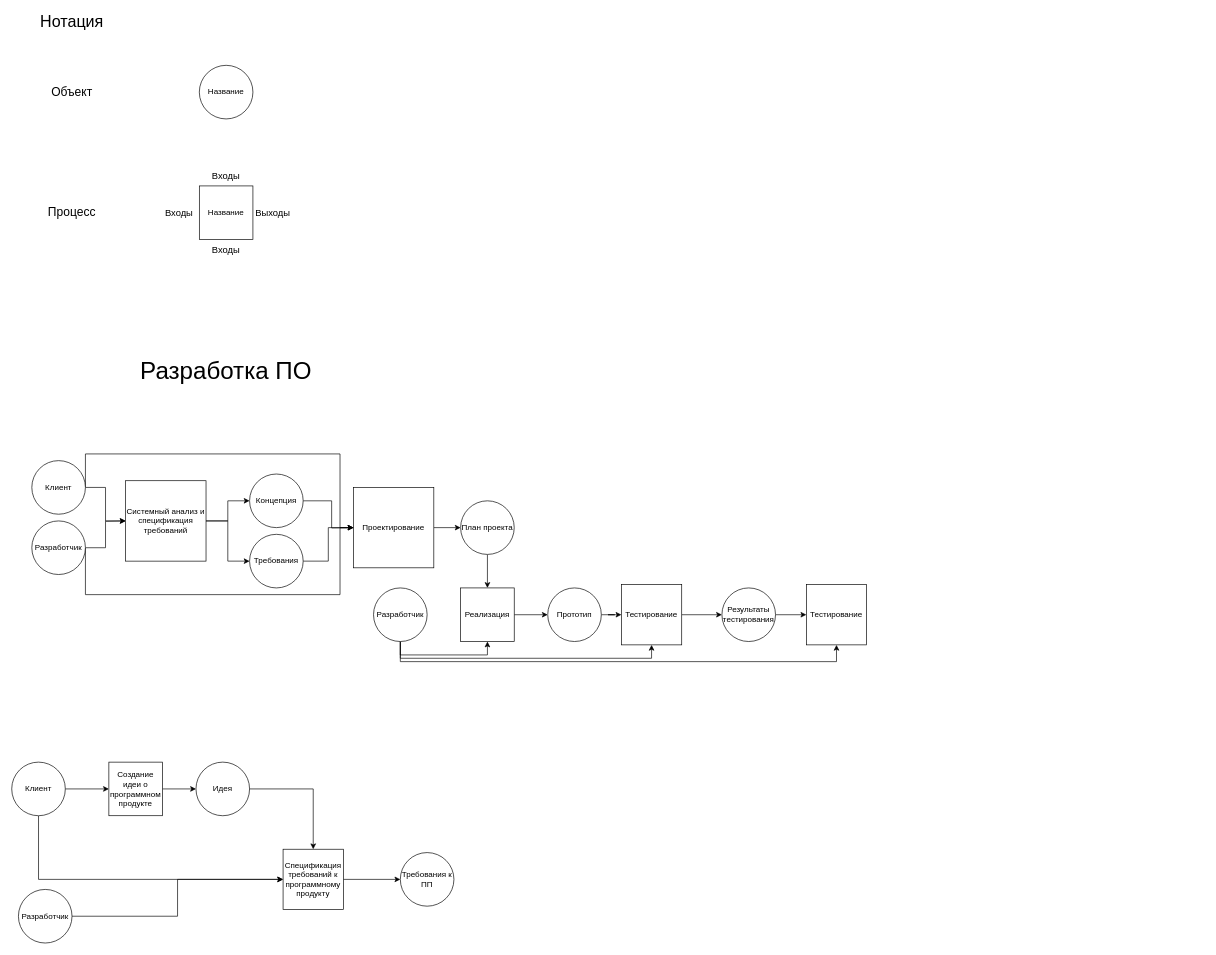
Above: UPP.drawio in necoray/DrawIo (draw.io), before the change. Source tidied: cells renumbered, new cells numbered last; positions are measured from the earlier drawing's top-left corner, leaving out a move shared by most shapes. Both pictures are drawn from the tidied source at 67%, with x=0, y=0 at pixel (11, 11).
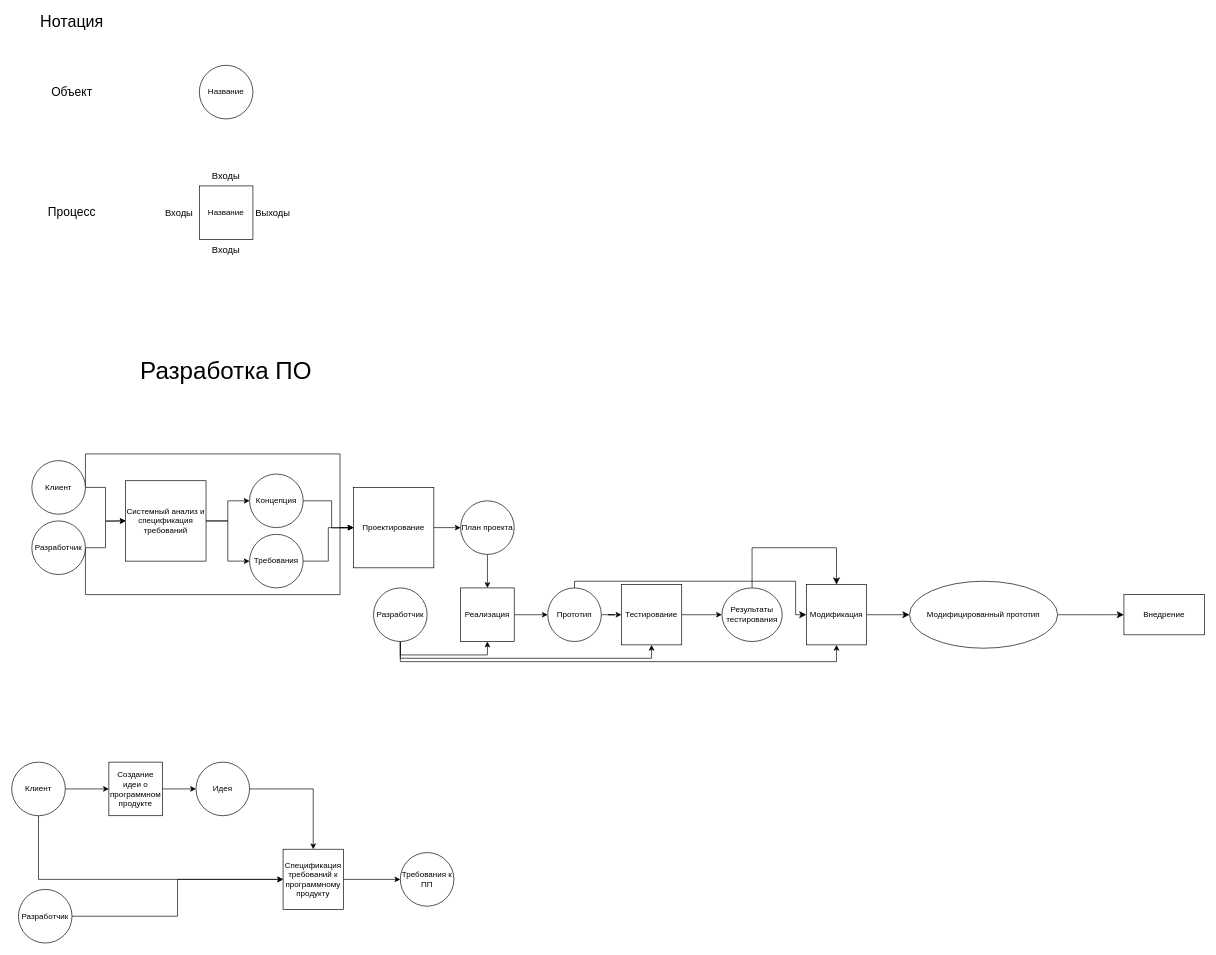
After the change.

The change refers to these unchanged cells:
```xml
<mxCell id="48" value="Прототип" style="ellipse;whiteSpace=wrap;html=1;" parent="1" vertex="1">
  <mxGeometry x="800" y="860" width="80" height="80" as="geometry" />
</mxCell>
```

Change to the diagram source:
```diff
@@
+    <mxCell id="54" style="edgeStyle=orthogonalEdgeStyle;rounded=0;jettySize=auto;html=1;fontSize=12;startSize=8;endSize=8;entryX=0;entryY=0.5;entryDx=0;entryDy=0;" parent="1" edge="1" source="48" target="53">
+      <mxGeometry relative="1" as="geometry">
+        <Array as="points">
+          <mxPoint x="840" y="850" />
+          <mxPoint x="1170" y="850" />
+          <mxPoint x="1170" y="900" />
+        </Array>
+      </mxGeometry>
+    </mxCell>
@@
-    <mxCell id="51" style="edgeStyle=orthogonalEdgeStyle;rounded=0;jettySize=auto;html=1;entryX=0;entryY=0.5;entryDx=0;entryDy=0;fontFamily=Helvetica;fontSize=12;fontColor=default;" parent="1" edge="1" source="52" target="53">
-      <mxGeometry relative="1" as="geometry" />
+    <mxCell id="51" style="edgeStyle=orthogonalEdgeStyle;rounded=0;jettySize=auto;html=1;fontSize=12;startSize=8;endSize=8;entryX=0.5;entryY=0;entryDx=0;entryDy=0;" parent="1" edge="1" source="52" target="53">
+      <mxGeometry relative="1" as="geometry">
+        <Array as="points">
+          <mxPoint x="1105" y="800" />
+          <mxPoint x="1231" y="800" />
+        </Array>
+      </mxGeometry>
     </mxCell>
     <mxCell id="52" value="Результаты тестирования" style="ellipse;whiteSpace=wrap;html=1;" parent="1" vertex="1">
-      <mxGeometry x="1060" y="860" width="80" height="80" as="geometry" />
+      <mxGeometry x="1060" y="860" width="90" height="80" as="geometry" />
     </mxCell>
+    <mxCell id="55" style="edgeStyle=none;curved=1;rounded=0;jettySize=auto;html=1;fontSize=12;startSize=8;endSize=8;" parent="1" edge="1" source="53" target="57">
+      <mxGeometry relative="1" as="geometry" />
+    </mxCell>
-    <mxCell id="53" value="Тестирование" style="whiteSpace=wrap;html=1;strokeColor=default;align=center;verticalAlign=middle;fontFamily=Helvetica;fontSize=12;fontColor=default;fillColor=default;" parent="1" vertex="1">
+    <mxCell id="53" value="Модификация" style="whiteSpace=wrap;html=1;strokeColor=default;align=center;verticalAlign=middle;fontFamily=Helvetica;fontSize=12;fontColor=default;fillColor=default;" parent="1" vertex="1">
       <mxGeometry x="1186" y="855" width="90" height="90" as="geometry" />
     </mxCell>
+    <mxCell id="56" style="edgeStyle=none;curved=1;rounded=0;jettySize=auto;html=1;fontSize=12;startSize=8;endSize=8;" parent="1" edge="1" source="57" target="58">
+      <mxGeometry relative="1" as="geometry" />
+    </mxCell>
+    <mxCell id="57" value="Модифицированный прототип" style="ellipse;whiteSpace=wrap;html=1;" parent="1" vertex="1">
+      <mxGeometry x="1340" y="850" width="221" height="100" as="geometry" />
+    </mxCell>
+    <mxCell id="58" value="Внедрение" style="whiteSpace=wrap;html=1;" parent="1" vertex="1">
+      <mxGeometry x="1660" y="870" width="120" height="60" as="geometry" />
+    </mxCell>
```
